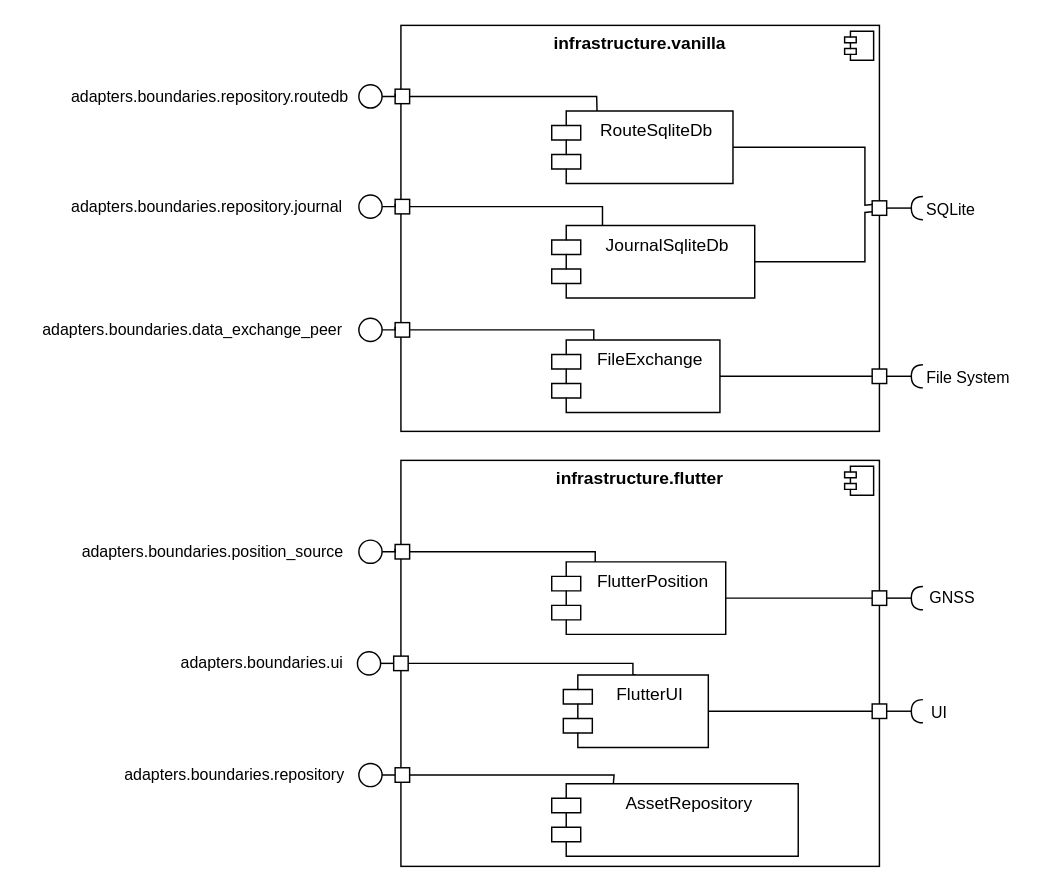
Before: doc/architecture/bbview_level2_infrastructure.drawio in aardjon/trad, a draw.io diagram. Source tidied: cells renumbered, new cells numbered last; positions are measured from the earlier drawing's top-left corner, leaving out a move shared by most shapes. Both pictures are drawn from the tidied source at 145%, with x=0, y=0 at pixel (25, 25).
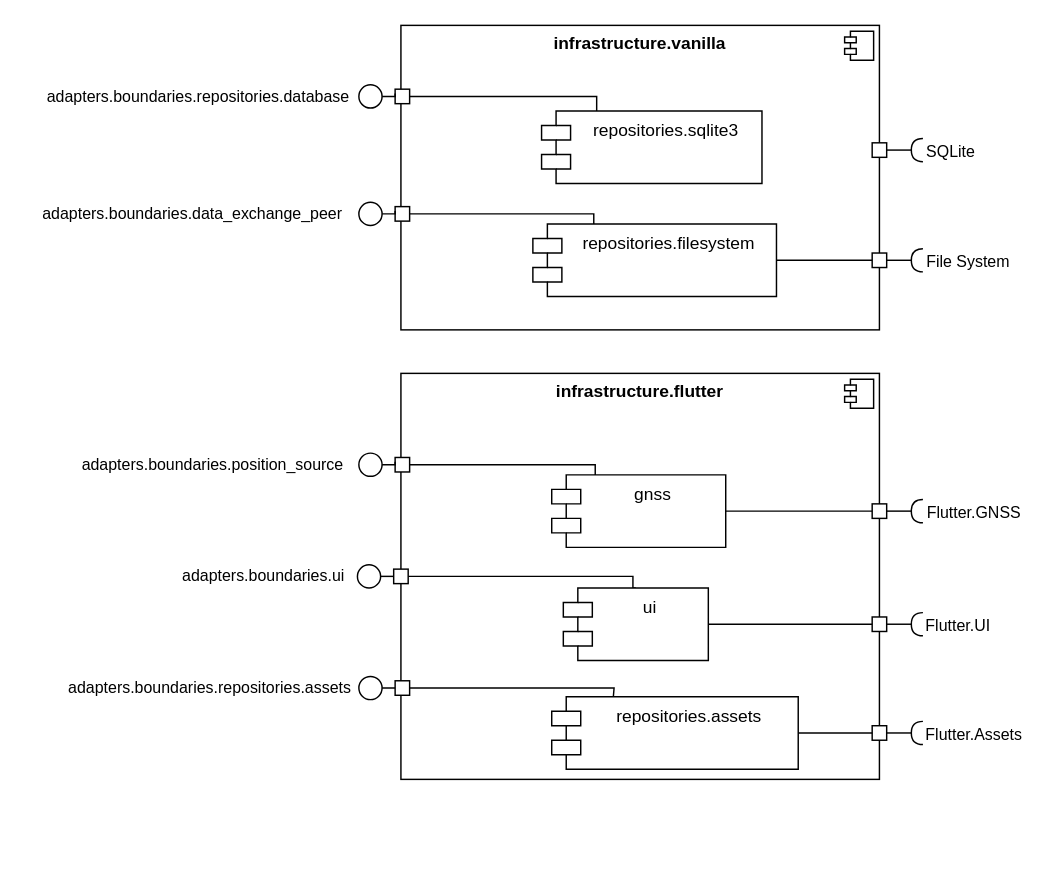
After the change.

Diff of the diagram source:
```diff
@@
     <mxCell id="2" value="&lt;p style=&quot;margin:0px;margin-top:6px;text-align:center;&quot;&gt;&lt;b&gt;infrastructure.flutter&lt;/b&gt;&lt;/p&gt;" style="align=left;overflow=fill;html=1;whiteSpace=wrap;" parent="1" vertex="1">
-      <mxGeometry x="259" y="300" width="330" height="280" as="geometry" />
+      <mxGeometry x="259" y="240" width="330" height="280" as="geometry" />
     </mxCell>
@@
     <mxCell id="4" value="&lt;p style=&quot;margin:0px;margin-top:6px;text-align:center;&quot;&gt;&lt;b&gt;infrastructure.vanilla&lt;/b&gt;&lt;/p&gt;" style="align=left;overflow=fill;html=1;whiteSpace=wrap;" parent="1" vertex="1">
-      <mxGeometry x="259" width="330" height="280" as="geometry" />
+      <mxGeometry x="259" width="330" height="210" as="geometry" />
     </mxCell>
@@
-    <mxCell id="7" style="whiteSpace=wrap;html=1;" parent="1" vertex="1">
-      <mxGeometry x="255" y="120" width="10" height="10" as="geometry" />
-    </mxCell>
     <mxCell id="8" style="whiteSpace=wrap;html=1;" parent="1" vertex="1">
-      <mxGeometry x="255" y="205" width="10" height="10" as="geometry" />
+      <mxGeometry x="255" y="125" width="10" height="10" as="geometry" />
     </mxCell>
     <mxCell id="9" style="whiteSpace=wrap;html=1;" parent="1" vertex="1">
-      <mxGeometry x="255" y="358" width="10" height="10" as="geometry" />
+      <mxGeometry x="255" y="298" width="10" height="10" as="geometry" />
     </mxCell>
@@
-    <mxCell id="12" style="edgeStyle=orthogonalEdgeStyle;rounded=0;jettySize=auto;html=1;exitX=1;exitY=0.5;exitDx=0;exitDy=0;endArrow=none;endFill=0;" parent="1" edge="1" source="13">
-      <mxGeometry relative="1" as="geometry">
-        <mxPoint x="255" y="123" as="targetPoint" />
-      </mxGeometry>
-    </mxCell>
-    <mxCell id="13" style="ellipse;whiteSpace=wrap;html=1;" parent="1" vertex="1">
-      <mxGeometry x="230" y="117" width="16" height="16" as="geometry" />
-    </mxCell>
     <mxCell id="14" style="edgeStyle=orthogonalEdgeStyle;rounded=0;jettySize=auto;html=1;exitX=1;exitY=0.5;exitDx=0;exitDy=0;endArrow=none;endFill=0;" parent="1" edge="1" source="15">
       <mxGeometry relative="1" as="geometry">
-        <mxPoint x="255" y="208" as="targetPoint" />
+        <mxPoint x="255" y="128" as="targetPoint" />
       </mxGeometry>
     </mxCell>
     <mxCell id="15" style="ellipse;whiteSpace=wrap;html=1;" parent="1" vertex="1">
-      <mxGeometry x="230" y="202" width="16" height="16" as="geometry" />
+      <mxGeometry x="230" y="122" width="16" height="16" as="geometry" />
     </mxCell>
     <mxCell id="16" style="edgeStyle=orthogonalEdgeStyle;rounded=0;jettySize=auto;html=1;exitX=1;exitY=0.5;exitDx=0;exitDy=0;endArrow=none;endFill=0;" parent="1" edge="1" source="17">
       <mxGeometry relative="1" as="geometry">
-        <mxPoint x="255" y="361" as="targetPoint" />
+        <mxPoint x="255" y="301" as="targetPoint" />
       </mxGeometry>
     </mxCell>
     <mxCell id="17" style="ellipse;whiteSpace=wrap;html=1;" parent="1" vertex="1">
-      <mxGeometry x="230" y="355" width="16" height="16" as="geometry" />
+      <mxGeometry x="230" y="295" width="16" height="16" as="geometry" />
     </mxCell>
     <mxCell id="18" style="edgeStyle=orthogonalEdgeStyle;rounded=0;jettySize=auto;html=1;exitX=0.5;exitY=0;exitDx=0;exitDy=0;entryX=1;entryY=0.5;entryDx=0;entryDy=0;endArrow=none;endFill=0;" parent="1" edge="1" source="19" target="23">
       <mxGeometry relative="1" as="geometry">
         <Array as="points">
-          <mxPoint x="419" y="448" />
-          <mxPoint x="419" y="440" />
+          <mxPoint x="419" y="388" />
+          <mxPoint x="419" y="380" />
         </Array>
       </mxGeometry>
     </mxCell>
-    <mxCell id="19" value="Flut&lt;span style=&quot;background-color: initial;&quot;&gt;terUI&lt;/span&gt;" style="shape=module;align=left;spacingLeft=20;align=center;verticalAlign=top;whiteSpace=wrap;html=1;" parent="1" vertex="1">
-      <mxGeometry x="371" y="448" width="100" height="50" as="geometry" />
+    <mxCell id="19" value="ui" style="shape=module;align=left;spacingLeft=20;align=center;verticalAlign=top;whiteSpace=wrap;html=1;" parent="1" vertex="1">
+      <mxGeometry x="371" y="388" width="100" height="50" as="geometry" />
     </mxCell>
-    <mxCell id="20" value="FlutterPosition" style="shape=module;align=left;spacingLeft=20;align=center;verticalAlign=top;whiteSpace=wrap;html=1;" parent="1" vertex="1">
-      <mxGeometry x="363" y="370" width="120" height="50" as="geometry" />
+    <mxCell id="20" value="gnss" style="shape=module;align=left;spacingLeft=20;align=center;verticalAlign=top;whiteSpace=wrap;html=1;" parent="1" vertex="1">
+      <mxGeometry x="363" y="310" width="120" height="50" as="geometry" />
     </mxCell>
-    <mxCell id="21" value="JournalSqliteDb" style="shape=module;align=left;spacingLeft=20;align=center;verticalAlign=top;whiteSpace=wrap;html=1;" parent="1" vertex="1">
-      <mxGeometry x="363" y="138" width="140" height="50" as="geometry" />
-    </mxCell>
-    <mxCell id="22" value="RouteSqliteDb" style="shape=module;align=left;spacingLeft=20;align=center;verticalAlign=top;whiteSpace=wrap;html=1;" parent="1" vertex="1">
-      <mxGeometry x="363" y="59" width="125" height="50" as="geometry" />
+    <mxCell id="22" value="repositories.sqlite3" style="shape=module;align=left;spacingLeft=20;align=center;verticalAlign=top;whiteSpace=wrap;html=1;" parent="1" vertex="1">
+      <mxGeometry x="356" y="59" width="152" height="50" as="geometry" />
     </mxCell>
     <mxCell id="23" style="whiteSpace=wrap;html=1;" parent="1" vertex="1">
-      <mxGeometry x="254" y="435" width="10" height="10" as="geometry" />
+      <mxGeometry x="254" y="375" width="10" height="10" as="geometry" />
     </mxCell>
@@
-    <mxCell id="25" style="endArrow=none;endFill=0;html=1;rounded=0;exitX=0.25;exitY=0;exitDx=0;exitDy=0;entryX=1;entryY=0.5;entryDx=0;entryDy=0;" parent="1" edge="1" source="21" target="7">
-      <mxGeometry relative="1" as="geometry">
-        <Array as="points">
-          <mxPoint x="398" y="125" />
-        </Array>
-      </mxGeometry>
-    </mxCell>
-    <mxCell id="26" value="FileExchange" style="shape=module;align=left;spacingLeft=20;align=center;verticalAlign=top;whiteSpace=wrap;html=1;" parent="1" vertex="1">
-      <mxGeometry x="363" y="217" width="116" height="50" as="geometry" />
+    <mxCell id="26" value="repositories.filesystem" style="shape=module;align=left;spacingLeft=20;align=center;verticalAlign=top;whiteSpace=wrap;html=1;" parent="1" vertex="1">
+      <mxGeometry x="350" y="137" width="168" height="50" as="geometry" />
     </mxCell>
-    <mxCell id="27" value="&lt;font style=&quot;font-size: 11px;&quot;&gt;adapters.boundaries.repository.routedb&lt;/font&gt;" style="text;html=1;align=center;verticalAlign=middle;strokeColor=none;fillColor=none;" parent="1" vertex="1">
-      <mxGeometry x="22" y="34" width="210" height="30" as="geometry" />
+    <mxCell id="27" value="&lt;font style=&quot;font-size: 11px;&quot;&gt;adapters.boundaries.repositor&lt;span style=&quot;background-color: rgb(255, 255, 255);&quot;&gt;ies&lt;/span&gt;.database&lt;/font&gt;" style="text;html=1;align=center;verticalAlign=middle;strokeColor=none;fillColor=none;" parent="1" vertex="1">
+      <mxGeometry x="4" y="34" width="230" height="30" as="geometry" />
     </mxCell>
-    <mxCell id="28" value="&lt;font style=&quot;font-size: 11px;&quot;&gt;adapters.boundaries.repository.journal&lt;/font&gt;" style="text;html=1;align=center;verticalAlign=middle;strokeColor=none;fillColor=none;" parent="1" vertex="1">
-      <mxGeometry x="20" y="110" width="210" height="30" as="geometry" />
-    </mxCell>
     <mxCell id="29" value="&lt;span style=&quot;font-size: 11px;&quot;&gt;adapters.boundaries.data_exchange_peer&lt;/span&gt;" style="text;html=1;align=center;verticalAlign=middle;strokeColor=none;fillColor=none;" parent="1" vertex="1">
-      <mxGeometry y="195" width="230" height="30" as="geometry" />
+      <mxGeometry y="115" width="230" height="30" as="geometry" />
     </mxCell>
     <mxCell id="30" value="&lt;font style=&quot;font-size: 11px;&quot;&gt;adapters.boundaries.position_source&lt;/font&gt;" style="text;html=1;align=center;verticalAlign=middle;strokeColor=none;fillColor=none;" parent="1" vertex="1">
-      <mxGeometry x="29" y="348" width="200" height="30" as="geometry" />
+      <mxGeometry x="29" y="288" width="200" height="30" as="geometry" />
     </mxCell>
     <mxCell id="31" style="ellipse;whiteSpace=wrap;html=1;" parent="1" vertex="1">
-      <mxGeometry x="229" y="432" width="16" height="16" as="geometry" />
+      <mxGeometry x="229" y="372" width="16" height="16" as="geometry" />
     </mxCell>
@@
     <mxCell id="33" value="&lt;font style=&quot;font-size: 11px;&quot;&gt;adapters.boundaries.ui&lt;/font&gt;" style="text;html=1;align=center;verticalAlign=middle;strokeColor=none;fillColor=none;" parent="1" vertex="1">
-      <mxGeometry x="98" y="425" width="130" height="30" as="geometry" />
+      <mxGeometry x="99" y="365" width="130" height="30" as="geometry" />
     </mxCell>
     <mxCell id="34" style="endArrow=none;html=1;rounded=0;entryX=0.25;entryY=0;entryDx=0;entryDy=0;exitX=1;exitY=0.5;exitDx=0;exitDy=0;" parent="1" edge="1" source="9" target="20">
       <mxGeometry relative="1" as="geometry">
         <Array as="points">
-          <mxPoint x="393" y="363" />
+          <mxPoint x="393" y="303" />
         </Array>
       </mxGeometry>
     </mxCell>
     <mxCell id="35" style="endArrow=none;html=1;rounded=0;entryX=0.25;entryY=0;entryDx=0;entryDy=0;exitX=1;exitY=0.5;exitDx=0;exitDy=0;" parent="1" edge="1" source="8" target="26">
       <mxGeometry relative="1" as="geometry">
         <Array as="points">
-          <mxPoint x="392" y="210" />
+          <mxPoint x="392" y="130" />
         </Array>
       </mxGeometry>
     </mxCell>
     <mxCell id="36" style="whiteSpace=wrap;html=1;" parent="1" vertex="1">
-      <mxGeometry x="584" y="390" width="10" height="10" as="geometry" />
+      <mxGeometry x="584" y="330" width="10" height="10" as="geometry" />
     </mxCell>
     <mxCell id="37" style="rounded=0;jettySize=auto;html=1;endArrow=halfCircle;endFill=0;endSize=6;strokeWidth=1;sketch=0;fontSize=12;curved=1;exitX=1;exitY=0.5;exitDx=0;exitDy=0;" parent="1" edge="1" source="36">
       <mxGeometry relative="1" as="geometry">
-        <mxPoint x="619" y="395" as="targetPoint" />
+        <mxPoint x="619" y="335" as="targetPoint" />
       </mxGeometry>
     </mxCell>
-    <mxCell id="38" value="GNSS" style="edgeLabel;html=1;align=center;verticalAlign=middle;" parent="37" vertex="1">
+    <mxCell id="38" value="Flutter.GNSS" style="edgeLabel;html=1;align=center;verticalAlign=middle;" parent="37" vertex="1">
       <mxGeometry x="0.68" y="2" relative="1" as="geometry">
-        <mxPoint x="23" y="1" as="offset" />
+        <mxPoint x="38" y="2" as="offset" />
       </mxGeometry>
     </mxCell>
-    <mxCell id="39" style="ellipse;whiteSpace=wrap;html=1;align=center;fillColor=none;strokeColor=none;perimeter=centerPerimeter;" parent="1" vertex="1">
-      <mxGeometry x="639" y="392" width="10" height="10" as="geometry" />
-    </mxCell>
     <mxCell id="40" style="whiteSpace=wrap;html=1;" parent="1" vertex="1">
-      <mxGeometry x="584" y="468" width="10" height="10" as="geometry" />
+      <mxGeometry x="584" y="408" width="10" height="10" as="geometry" />
     </mxCell>
     <mxCell id="41" style="rounded=0;jettySize=auto;html=1;endArrow=halfCircle;endFill=0;endSize=6;strokeWidth=1;sketch=0;fontSize=12;curved=1;exitX=1;exitY=0.5;exitDx=0;exitDy=0;" parent="1" edge="1" source="40">
       <mxGeometry relative="1" as="geometry">
-        <mxPoint x="619" y="473" as="targetPoint" />
+        <mxPoint x="619" y="413" as="targetPoint" />
       </mxGeometry>
     </mxCell>
-    <mxCell id="42" value="UI" style="edgeLabel;html=1;align=center;verticalAlign=middle;" parent="41" vertex="1">
+    <mxCell id="42" value="Flutter.UI" style="edgeLabel;html=1;align=center;verticalAlign=middle;" parent="41" vertex="1">
       <mxGeometry x="0.68" y="2" relative="1" as="geometry">
-        <mxPoint x="14" y="2" as="offset" />
+        <mxPoint x="27" y="2" as="offset" />
       </mxGeometry>
     </mxCell>
@@
     <mxCell id="45" style="whiteSpace=wrap;html=1;" parent="1" vertex="1">
-      <mxGeometry x="584" y="237" width="10" height="10" as="geometry" />
+      <mxGeometry x="584" y="157" width="10" height="10" as="geometry" />
     </mxCell>
     <mxCell id="46" style="rounded=0;jettySize=auto;html=1;endArrow=halfCircle;endFill=0;endSize=6;strokeWidth=1;sketch=0;fontSize=12;curved=1;exitX=1;exitY=0.5;exitDx=0;exitDy=0;" parent="1" edge="1" source="45">
       <mxGeometry relative="1" as="geometry">
-        <mxPoint x="619" y="242" as="targetPoint" />
+        <mxPoint x="619" y="162" as="targetPoint" />
       </mxGeometry>
     </mxCell>
@@
     <mxCell id="48" style="whiteSpace=wrap;html=1;" parent="1" vertex="1">
-      <mxGeometry x="584" y="121" width="10" height="10" as="geometry" />
+      <mxGeometry x="584" y="81" width="10" height="10" as="geometry" />
     </mxCell>
     <mxCell id="49" style="rounded=0;jettySize=auto;html=1;endArrow=halfCircle;endFill=0;endSize=6;strokeWidth=1;sketch=0;fontSize=12;curved=1;exitX=1;exitY=0.5;exitDx=0;exitDy=0;" parent="1" edge="1" source="48">
       <mxGeometry relative="1" as="geometry">
-        <mxPoint x="619" y="126" as="targetPoint" />
+        <mxPoint x="619" y="86" as="targetPoint" />
       </mxGeometry>
     </mxCell>
@@
-    <mxCell id="52" style="endArrow=none;html=1;rounded=0;exitX=1;exitY=0.5;exitDx=0;exitDy=0;entryX=0;entryY=0.75;entryDx=0;entryDy=0;" parent="1" edge="1" source="21" target="48">
-      <mxGeometry relative="1" as="geometry">
-        <Array as="points">
-          <mxPoint x="579" y="163" />
-          <mxPoint x="579" y="129" />
-        </Array>
-      </mxGeometry>
-    </mxCell>
-    <mxCell id="53" style="endArrow=none;html=1;rounded=0;entryX=0;entryY=0.25;entryDx=0;entryDy=0;exitX=1;exitY=0.5;exitDx=0;exitDy=0;" parent="1" edge="1" source="22" target="48">
-      <mxGeometry relative="1" as="geometry">
-        <Array as="points">
-          <mxPoint x="579" y="84" />
-          <mxPoint x="579" y="124" />
-        </Array>
-      </mxGeometry>
-    </mxCell>
     <mxCell id="54" style="edgeStyle=orthogonalEdgeStyle;rounded=0;jettySize=auto;html=1;exitX=1;exitY=0.5;exitDx=0;exitDy=0;endArrow=none;endFill=0;" parent="1" edge="1" source="56">
       <mxGeometry relative="1" as="geometry">
-        <mxPoint x="260" y="515" as="targetPoint" />
+        <mxPoint x="260" y="455" as="targetPoint" />
       </mxGeometry>
     </mxCell>
     <mxCell id="55" style="whiteSpace=wrap;html=1;" parent="1" vertex="1">
-      <mxGeometry x="255" y="512" width="10" height="10" as="geometry" />
+      <mxGeometry x="255" y="452" width="10" height="10" as="geometry" />
     </mxCell>
     <mxCell id="56" style="ellipse;whiteSpace=wrap;html=1;" parent="1" vertex="1">
-      <mxGeometry x="230" y="509" width="16" height="16" as="geometry" />
+      <mxGeometry x="230" y="449" width="16" height="16" as="geometry" />
     </mxCell>
-    <mxCell id="57" value="AssetRepository" style="shape=module;align=left;spacingLeft=20;align=center;verticalAlign=top;whiteSpace=wrap;html=1;" parent="1" vertex="1">
-      <mxGeometry x="363" y="523" width="170" height="50" as="geometry" />
+    <mxCell id="57" value="repositories.assets" style="shape=module;align=left;spacingLeft=20;align=center;verticalAlign=top;whiteSpace=wrap;html=1;" parent="1" vertex="1">
+      <mxGeometry x="363" y="463" width="170" height="50" as="geometry" />
     </mxCell>
-    <mxCell id="58" value="&lt;font style=&quot;font-size: 11px;&quot;&gt;adapters.boundaries.repository&lt;/font&gt;" style="text;html=1;align=center;verticalAlign=middle;strokeColor=none;fillColor=none;" parent="1" vertex="1">
-      <mxGeometry x="54" y="502" width="180" height="30" as="geometry" />
+    <mxCell id="58" value="&lt;font style=&quot;font-size: 11px;&quot;&gt;adapters.boundaries.repositor&lt;/font&gt;&lt;span style=&quot;font-size: 11px; background-color: rgb(255, 255, 255);&quot;&gt;ies.assets&lt;/span&gt;" style="text;html=1;align=center;verticalAlign=middle;strokeColor=none;fillColor=none;" parent="1" vertex="1">
+      <mxGeometry x="17" y="442" width="220" height="30" as="geometry" />
     </mxCell>
     <mxCell id="59" style="endArrow=none;html=1;rounded=0;entryX=0.25;entryY=0;entryDx=0;entryDy=0;exitX=1;exitY=0.5;exitDx=0;exitDy=0;" parent="1" edge="1" source="55" target="57">
       <mxGeometry relative="1" as="geometry">
         <Array as="points">
-          <mxPoint x="406" y="517" />
+          <mxPoint x="406" y="457" />
         </Array>
       </mxGeometry>
     </mxCell>
+    <mxCell id="60" style="whiteSpace=wrap;html=1;" parent="1" vertex="1">
+      <mxGeometry x="584" y="483" width="10" height="10" as="geometry" />
+    </mxCell>
+    <mxCell id="61" style="rounded=0;jettySize=auto;html=1;endArrow=halfCircle;endFill=0;endSize=6;strokeWidth=1;sketch=0;fontSize=12;curved=1;exitX=1;exitY=0.5;exitDx=0;exitDy=0;" parent="1" edge="1" source="60">
+      <mxGeometry relative="1" as="geometry">
+        <mxPoint x="619" y="488" as="targetPoint" />
+      </mxGeometry>
+    </mxCell>
+    <mxCell id="62" value="Flutter.Assets" style="edgeLabel;html=1;align=center;verticalAlign=middle;" parent="61" vertex="1">
+      <mxGeometry x="0.68" y="2" relative="1" as="geometry">
+        <mxPoint x="38" y="2" as="offset" />
+      </mxGeometry>
+    </mxCell>
+    <mxCell id="63" style="endArrow=none;html=1;rounded=0;entryX=0;entryY=0.5;entryDx=0;entryDy=0;exitX=1;exitY=0.5;exitDx=0;exitDy=0;" parent="1" edge="1" source="57" target="60">
+      <mxGeometry relative="1" as="geometry" />
+    </mxCell>
```
